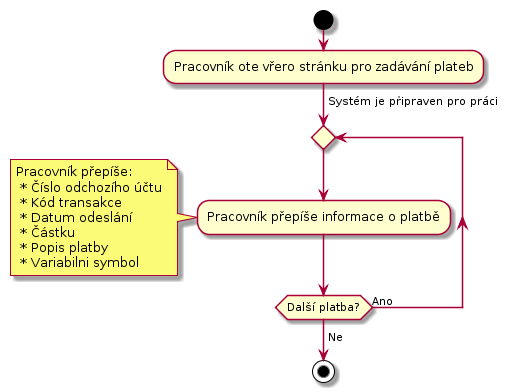
Above: docs/diagrams/out/uc-33-activity.png in Internet-Handel/postman (PlantUML), before the change. Its diagram source:
```plantuml
@startuml
start

:Pracovník ote vřero stránku pro zadávání plateb;

-> Systém je připraven pro práci;

repeat

  :Pracovník přepíše informace o platbě;
 note left
  Pracovník přepíše:
   * Číslo odchozího účtu
   * Kód transakce
   * Datum odeslání
   * Částku
   * Popis platby
   * Variabilni symbol
end note
repeat while (Další platba?) is (Ano)
->Ne;

stop
@enduml
```
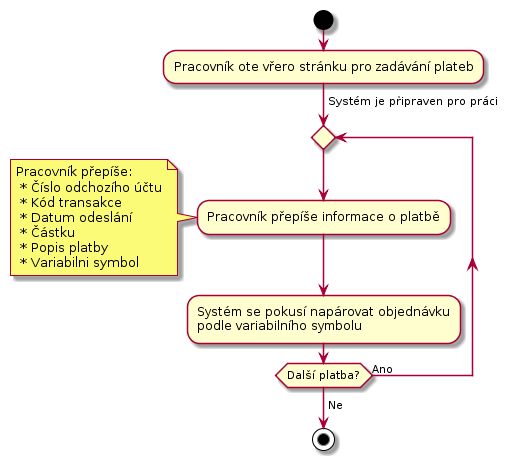
The same file after the commit.

Change to the diagram source:
```diff
@@ -17,6 +17,8 @@
    * Popis platby
    * Variabilni symbol
 end note
+:Systém se pokusí napárovat objednávku
+podle variabilního symbolu;
 repeat while (Další platba?) is (Ano)
 ->Ne;
 
```
